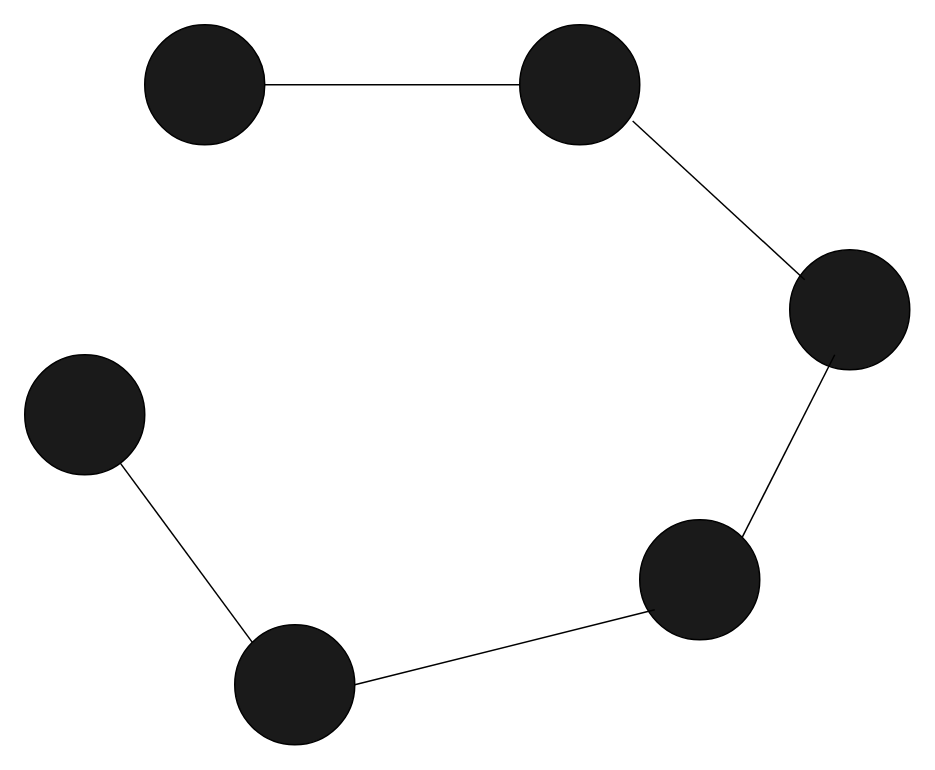
Above: 珠杆链.drawio in mauhin/auto (draw.io), before the change. Source tidied: cells renumbered, new cells numbered last; positions are measured from the earlier drawing's top-left corner, leaving out a move shared by most shapes. Both pictures are drawn from the tidied source at 150%, with x=0, y=0 at pixel (24, 24).
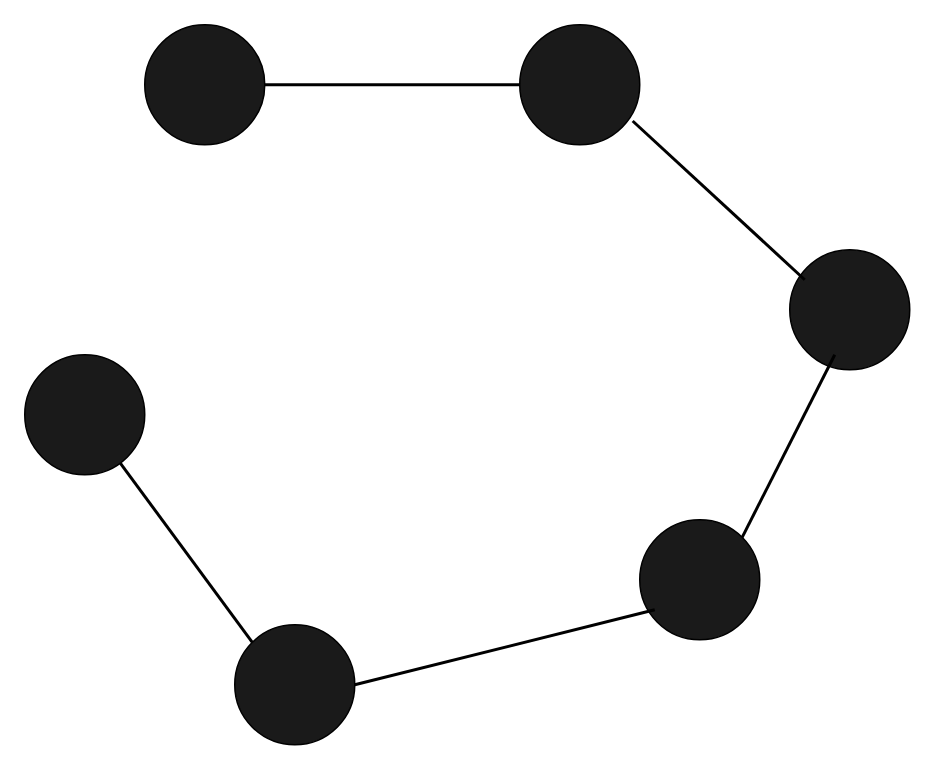
After the change.

Commit message:
更新珠杆链.drawio

Diff of the diagram source:
```diff
@@
 <mxGraphModel>
   <root>
     <mxCell id="0" />
     <mxCell id="1" parent="0" />
     <mxCell id="2" style="ellipse;whiteSpace=wrap;html=1;fillColor=#1A1A1A;" parent="1" vertex="1">
       <mxGeometry x="80" width="80" height="80" as="geometry" />
     </mxCell>
     <mxCell id="3" style="ellipse;whiteSpace=wrap;html=1;fillColor=#1A1A1A;" parent="1" vertex="1">
       <mxGeometry x="330" width="80" height="80" as="geometry" />
     </mxCell>
-    <mxCell id="4" style="endArrow=none;html=1;rounded=0;exitX=1;exitY=0.5;exitDx=0;exitDy=0;entryX=0;entryY=0.5;entryDx=0;entryDy=0;" parent="1" edge="1" source="2" target="3">
+    <mxCell id="4" style="endArrow=none;html=1;rounded=0;exitX=1;exitY=0.5;exitDx=0;exitDy=0;entryX=0;entryY=0.5;entryDx=0;entryDy=0;strokeWidth=2;" parent="1" edge="1" source="2" target="3">
       <mxGeometry relative="1" as="geometry" />
     </mxCell>
     <mxCell id="5" style="ellipse;whiteSpace=wrap;html=1;fillColor=#1A1A1A;" parent="1" vertex="1">
       <mxGeometry x="510" y="150" width="80" height="80" as="geometry" />
     </mxCell>
-    <mxCell id="6" style="endArrow=none;html=1;rounded=0;exitX=0.941;exitY=0.802;exitDx=0;exitDy=0;exitPerimeter=0;" parent="1" edge="1" source="3">
+    <mxCell id="6" style="endArrow=none;html=1;rounded=0;exitX=0.941;exitY=0.802;exitDx=0;exitDy=0;exitPerimeter=0;strokeWidth=2;" parent="1" edge="1" source="3">
       <mxGeometry relative="1" as="geometry">
         <mxPoint x="520" y="170" as="targetPoint" />
       </mxGeometry>
     </mxCell>
-    <mxCell id="7" style="endArrow=none;html=1;rounded=0;entryX=0.375;entryY=0.875;entryDx=0;entryDy=0;entryPerimeter=0;exitX=1;exitY=0;exitDx=0;exitDy=0;" parent="1" edge="1" source="8" target="5">
+    <mxCell id="7" style="endArrow=none;html=1;rounded=0;entryX=0.375;entryY=0.875;entryDx=0;entryDy=0;entryPerimeter=0;exitX=1;exitY=0;exitDx=0;exitDy=0;strokeWidth=2;" parent="1" edge="1" source="8" target="5">
       <mxGeometry relative="1" as="geometry" />
     </mxCell>
     <mxCell id="8" style="ellipse;whiteSpace=wrap;html=1;fillColor=#1A1A1A;" parent="1" vertex="1">
       <mxGeometry x="410" y="330" width="80" height="80" as="geometry" />
     </mxCell>
     <mxCell id="9" style="ellipse;whiteSpace=wrap;html=1;fillColor=#1A1A1A;" parent="1" vertex="1">
       <mxGeometry x="140" y="400" width="80" height="80" as="geometry" />
     </mxCell>
-    <mxCell id="10" style="endArrow=none;html=1;rounded=0;exitX=1;exitY=0.5;exitDx=0;exitDy=0;" parent="1" edge="1" source="9">
+    <mxCell id="10" style="endArrow=none;html=1;rounded=0;exitX=1;exitY=0.5;exitDx=0;exitDy=0;strokeWidth=2;" parent="1" edge="1" source="9">
       <mxGeometry relative="1" as="geometry">
         <mxPoint x="420" y="390" as="targetPoint" />
       </mxGeometry>
     </mxCell>
     <mxCell id="11" style="ellipse;whiteSpace=wrap;html=1;fillColor=#1A1A1A;" parent="1" vertex="1">
       <mxGeometry y="220" width="80" height="80" as="geometry" />
     </mxCell>
-    <mxCell id="12" style="endArrow=none;html=1;rounded=0;entryX=0;entryY=0;entryDx=0;entryDy=0;" parent="1" edge="1" source="11" target="9">
+    <mxCell id="12" style="endArrow=none;html=1;rounded=0;entryX=0;entryY=0;entryDx=0;entryDy=0;strokeWidth=2;" parent="1" edge="1" source="11" target="9">
       <mxGeometry relative="1" as="geometry" />
     </mxCell>
   </root>
 </mxGraphModel>
```
